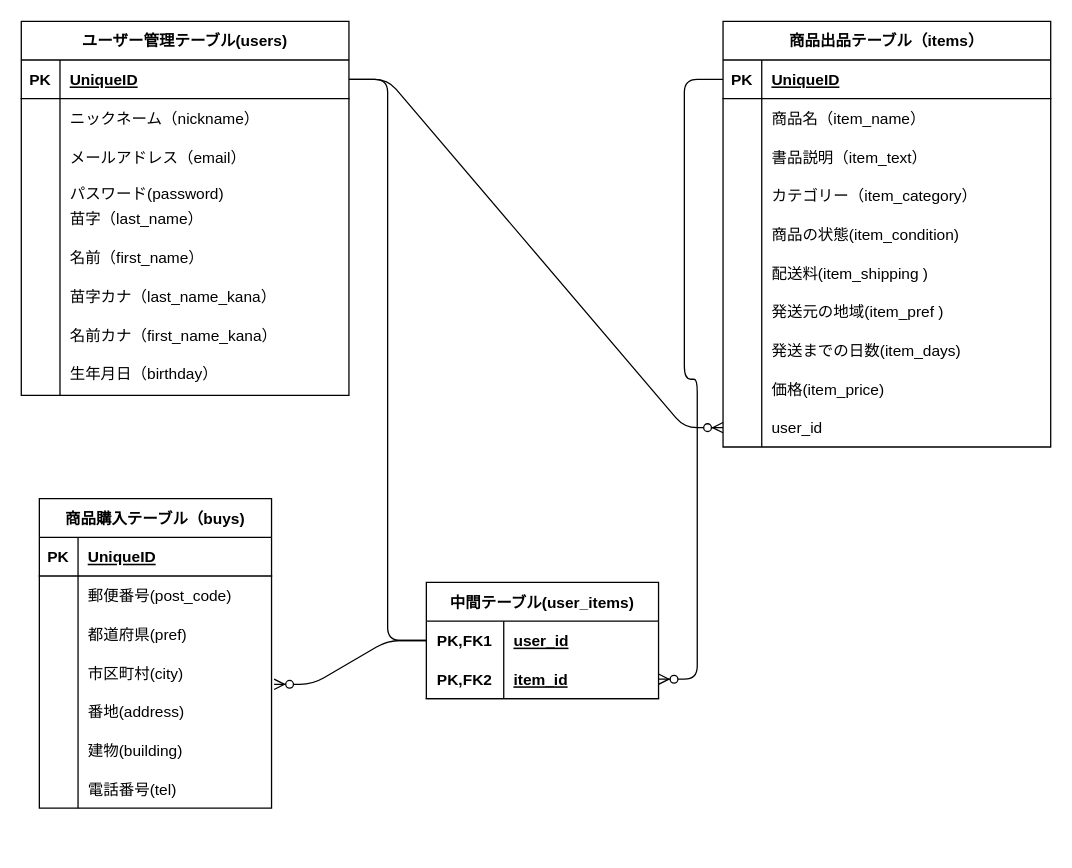
This is ER.dio from yutakasannomiya/furima-40164, a draw.io file, before an edit. Source tidied: cells renumbered, new cells numbered last; positions are measured from the earlier drawing's top-left corner, leaving out a move shared by most shapes. Both pictures are drawn from the tidied source at 129%, with x=0, y=0 at pixel (21, 21).
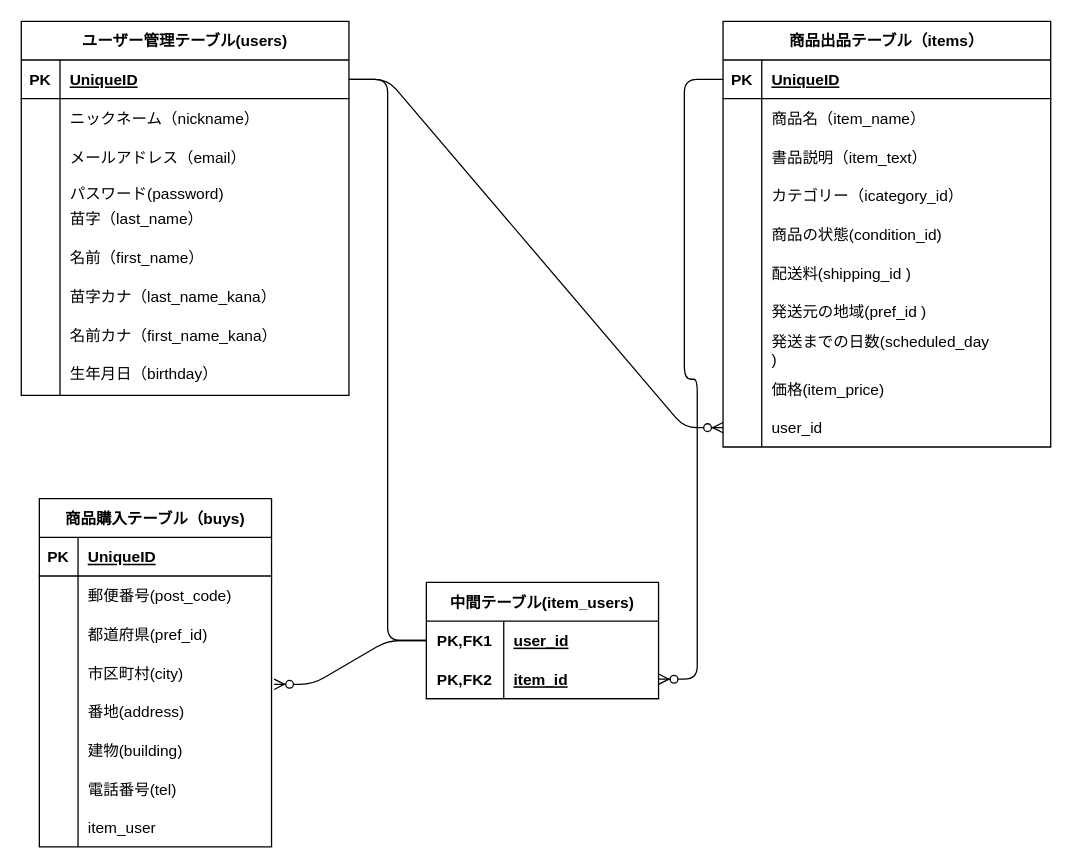
The same page after the edit.

Commit message (it also covers changes not shown here):
プルリクエスト再修正

Unchanged cells that the change refers to:
```xml
<mxCell id="40" style="shape=tableRow;horizontal=0;startSize=0;swimlaneHead=0;swimlaneBody=0;fillColor=none;top=0;left=0;right=0;bottom=0;" parent="30" vertex="1">
  <mxGeometry y="120" width="254" height="30" as="geometry" />
</mxCell>
<mxCell id="43" style="shape=tableRow;horizontal=0;startSize=0;swimlaneHead=0;swimlaneBody=0;fillColor=none;top=0;left=0;right=0;bottom=0;" parent="30" vertex="1">
  <mxGeometry y="150" width="254" height="30" as="geometry" />
</mxCell>
<mxCell id="46" style="shape=tableRow;horizontal=0;startSize=0;swimlaneHead=0;swimlaneBody=0;fillColor=none;top=0;left=0;right=0;bottom=0;" parent="30" vertex="1">
  <mxGeometry y="180" width="254" height="30" as="geometry" />
</mxCell>
<mxCell id="49" style="shape=tableRow;horizontal=0;startSize=0;swimlaneHead=0;swimlaneBody=0;fillColor=none;top=0;left=0;right=0;bottom=0;" parent="30" vertex="1">
  <mxGeometry y="210" width="254" height="30" as="geometry" />
</mxCell>
<mxCell id="52" style="shape=tableRow;horizontal=0;startSize=0;swimlaneHead=0;swimlaneBody=0;fillColor=none;top=0;left=0;right=0;bottom=0;" parent="30" vertex="1">
  <mxGeometry y="240" width="254" height="30" as="geometry" />
</mxCell>
<mxCell id="69" style="shape=tableRow;horizontal=0;startSize=0;swimlaneHead=0;swimlaneBody=0;fillColor=none;top=0;left=0;right=0;bottom=0;" parent="62" vertex="1">
  <mxGeometry y="90" width="180" height="30" as="geometry" />
</mxCell>
```

Change to the diagram source:
```diff
@@
-    <mxCell id="42" value="カテゴリー（item_category）" style="shape=partialRectangle;fillColor=none;top=0;left=0;bottom=0;right=0;align=left;spacingLeft=6;overflow=hidden;" parent="40" vertex="1">
+    <mxCell id="42" value="カテゴリー（icategory_id）" style="shape=partialRectangle;fillColor=none;top=0;left=0;bottom=0;right=0;align=left;spacingLeft=6;overflow=hidden;" parent="40" vertex="1">
       <mxGeometry x="30" width="224" height="30" as="geometry" />
     </mxCell>
@@
-    <mxCell id="45" value="商品の状態(item_condition)" style="shape=partialRectangle;fillColor=none;top=0;left=0;bottom=0;right=0;align=left;spacingLeft=6;overflow=hidden;" parent="43" vertex="1">
+    <mxCell id="45" value="商品の状態(condition_id)" style="shape=partialRectangle;fillColor=none;top=0;left=0;bottom=0;right=0;align=left;spacingLeft=6;overflow=hidden;" parent="43" vertex="1">
       <mxGeometry x="30" width="224" height="30" as="geometry" />
     </mxCell>
@@
-    <mxCell id="48" value="配送料(item_shipping )" style="shape=partialRectangle;fillColor=none;top=0;left=0;bottom=0;right=0;align=left;spacingLeft=6;overflow=hidden;" parent="46" vertex="1">
+    <mxCell id="48" value="配送料(shipping_id )" style="shape=partialRectangle;fillColor=none;top=0;left=0;bottom=0;right=0;align=left;spacingLeft=6;overflow=hidden;" parent="46" vertex="1">
       <mxGeometry x="30" width="224" height="30" as="geometry" />
     </mxCell>
@@
-    <mxCell id="51" value="発送元の地域(item_pref )" style="shape=partialRectangle;fillColor=none;top=0;left=0;bottom=0;right=0;align=left;spacingLeft=6;overflow=hidden;" parent="49" vertex="1">
+    <mxCell id="51" value="発送元の地域(pref_id )" style="shape=partialRectangle;fillColor=none;top=0;left=0;bottom=0;right=0;align=left;spacingLeft=6;overflow=hidden;" parent="49" vertex="1">
       <mxGeometry x="30" width="224" height="30" as="geometry" />
     </mxCell>
@@
-    <mxCell id="54" value="発送までの日数(item_days)" style="shape=partialRectangle;fillColor=none;top=0;left=0;bottom=0;right=0;align=left;spacingLeft=6;overflow=hidden;" parent="52" vertex="1">
+    <mxCell id="54" value="発送までの日数(scheduled_day&#10;)" style="shape=partialRectangle;fillColor=none;top=0;left=0;bottom=0;right=0;align=left;spacingLeft=6;overflow=hidden;" parent="52" vertex="1">
       <mxGeometry x="30" width="224" height="30" as="geometry" />
     </mxCell>
@@
     <mxCell id="62" value="商品購入テーブル（buys)" style="shape=table;startSize=30;childLayout=tableLayout;rowLines=0;fontStyle=1;align=center;" parent="1" vertex="1">
-      <mxGeometry x="14" y="370" width="180" height="240" as="geometry" />
+      <mxGeometry x="14" y="370" width="180" height="270" as="geometry" />
     </mxCell>
@@
-    <mxCell id="71" value="都道府県(pref)" style="shape=partialRectangle;fillColor=none;top=0;left=0;bottom=0;right=0;align=left;spacingLeft=6;overflow=hidden;" parent="69" vertex="1">
+    <mxCell id="71" value="都道府県(pref_id)" style="shape=partialRectangle;fillColor=none;top=0;left=0;bottom=0;right=0;align=left;spacingLeft=6;overflow=hidden;" parent="69" vertex="1">
       <mxGeometry x="30" width="150" height="30" as="geometry" />
     </mxCell>
@@
+    <mxCell id="94" style="shape=tableRow;horizontal=0;startSize=0;swimlaneHead=0;swimlaneBody=0;fillColor=none;top=0;left=0;right=0;bottom=0;" parent="62" vertex="1">
+      <mxGeometry y="240" width="180" height="30" as="geometry" />
+    </mxCell>
+    <mxCell id="95" style="shape=partialRectangle;fillColor=none;top=0;left=0;bottom=0;right=0;overflow=hidden;" parent="94" vertex="1">
+      <mxGeometry width="30" height="30" as="geometry" />
+    </mxCell>
+    <mxCell id="96" value="item_user" style="shape=partialRectangle;fillColor=none;top=0;left=0;bottom=0;right=0;align=left;spacingLeft=6;overflow=hidden;" parent="94" vertex="1">
+      <mxGeometry x="30" width="150" height="30" as="geometry" />
+    </mxCell>
@@
-    <mxCell id="87" value="中間テーブル(user_items)" style="shape=table;startSize=30;childLayout=tableLayout;rowLines=0;fontStyle=1;align=center;" parent="1" vertex="1">
+    <mxCell id="87" value="中間テーブル(item_users)" style="shape=table;startSize=30;childLayout=tableLayout;rowLines=0;fontStyle=1;align=center;" parent="1" vertex="1">
       <mxGeometry x="314" y="435" width="180" height="90" as="geometry" />
     </mxCell>
```
